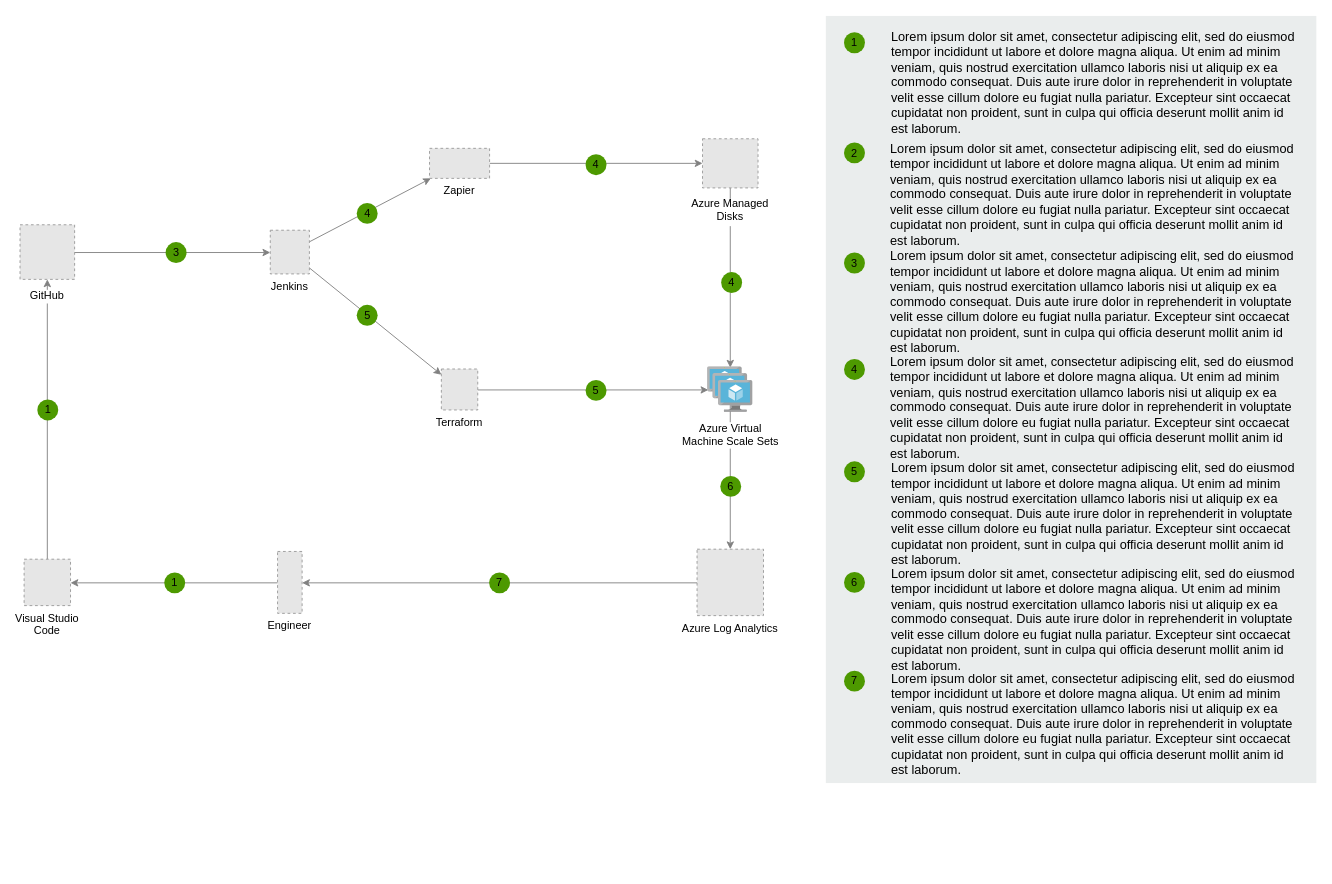
This is Untitled Diagram.drawio from linliangxuan/Blog, a draw.io file, before an edit. Source tidied: cells renumbered, new cells numbered last; positions are measured from the earlier drawing's top-left corner, leaving out a move shared by most shapes. Both pictures are drawn from the tidied source at 91%, with x=0, y=0 at pixel (19, 15). Pictures stored in the file or linked from it are replaced by grey dashed boxes.
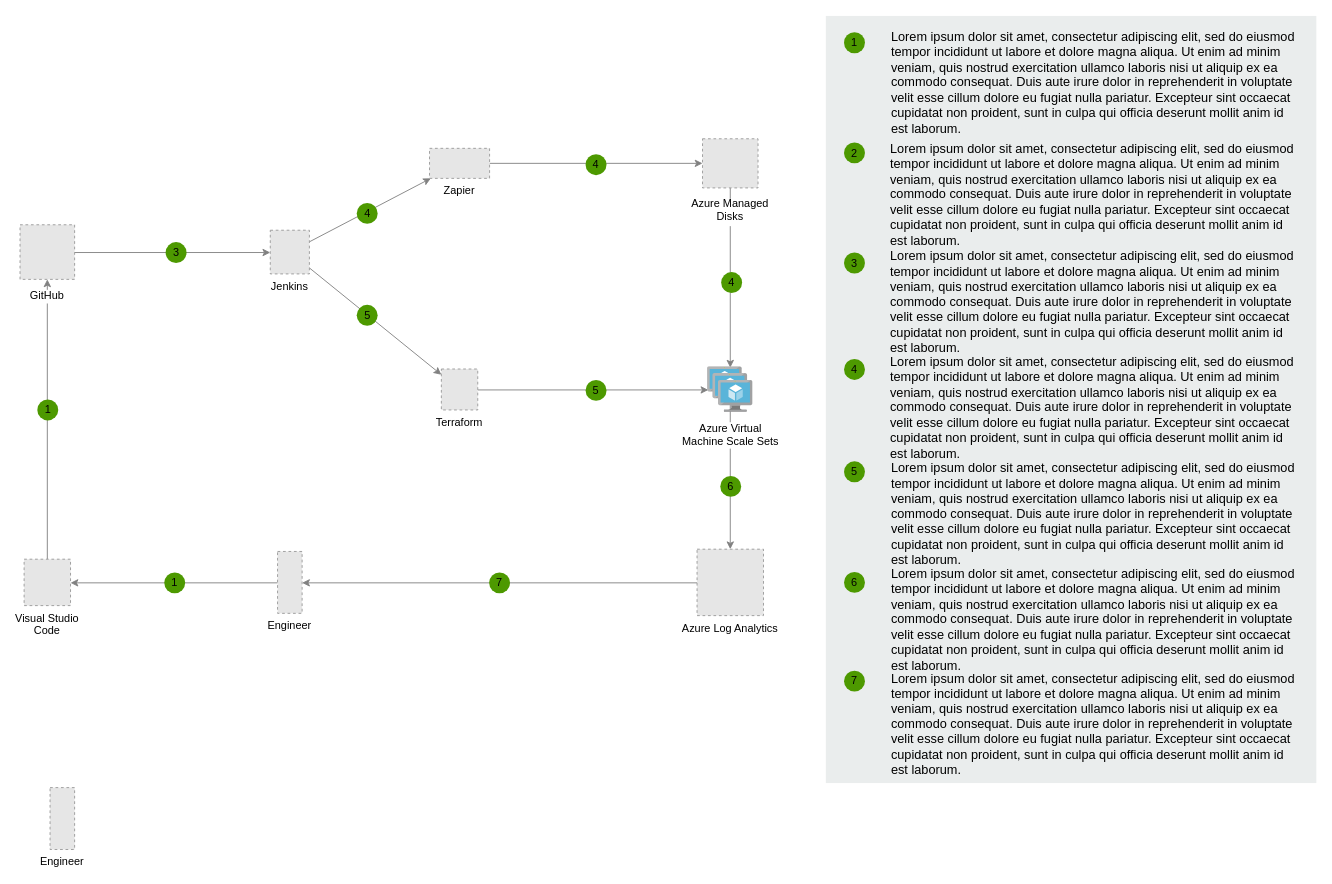
Above is the later version.

Commit message:
微服务授权认证和SSO

Change to the diagram source:
```diff
@@
+    <mxCell id="46" value="Engineer" style="fillColor=#E6E6E6;strokeColor=#999999;dashed=1;verticalLabelPosition=bottom;labelBackgroundColor=none;verticalAlign=top;" parent="1" vertex="1">
+      <mxGeometry x="33.5" y="848" width="27" height="68" as="geometry" />
+    </mxCell>
```
